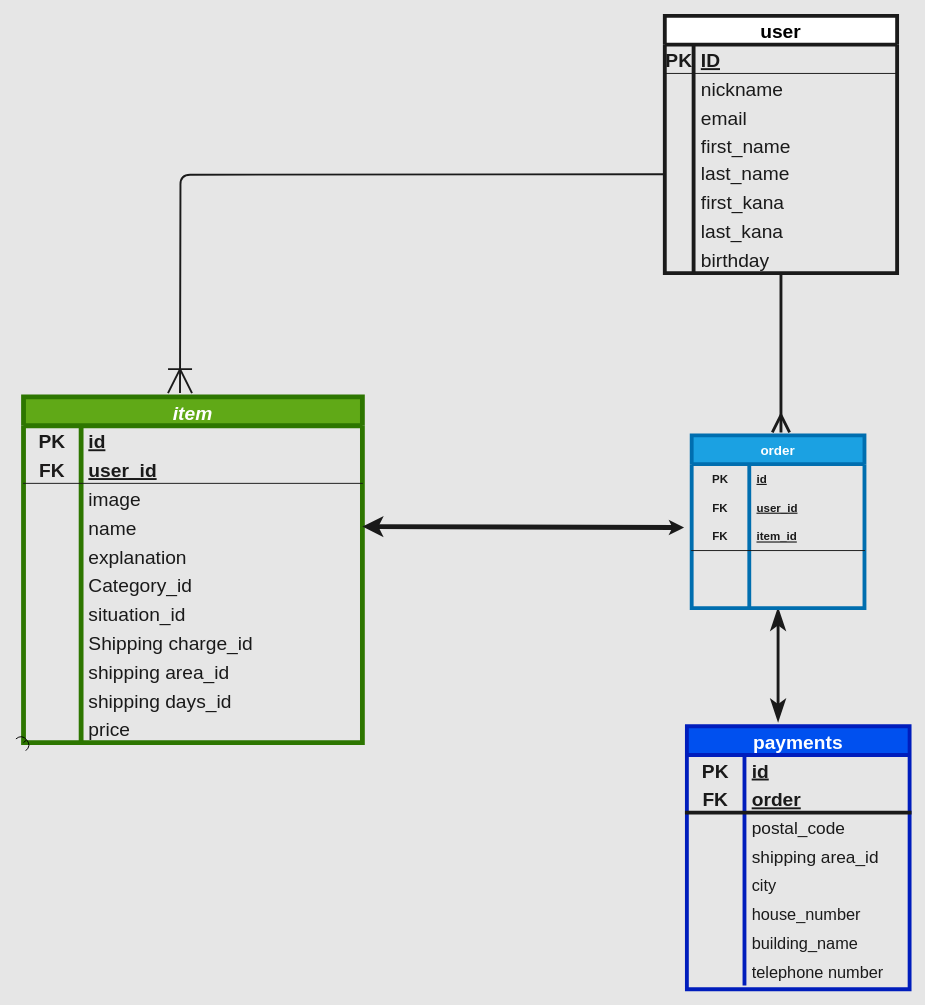
The draw.io diagram page "ページ1" (1 of 2) of furima.dio in mugiwararf/furima-38928, before the edit. Source tidied: cells renumbered, new cells numbered last; positions are measured from the earlier drawing's top-left corner, leaving out a move shared by most shapes. Both pictures are drawn from the tidied source at 96%, with x=0, y=0 at pixel (23, 15).
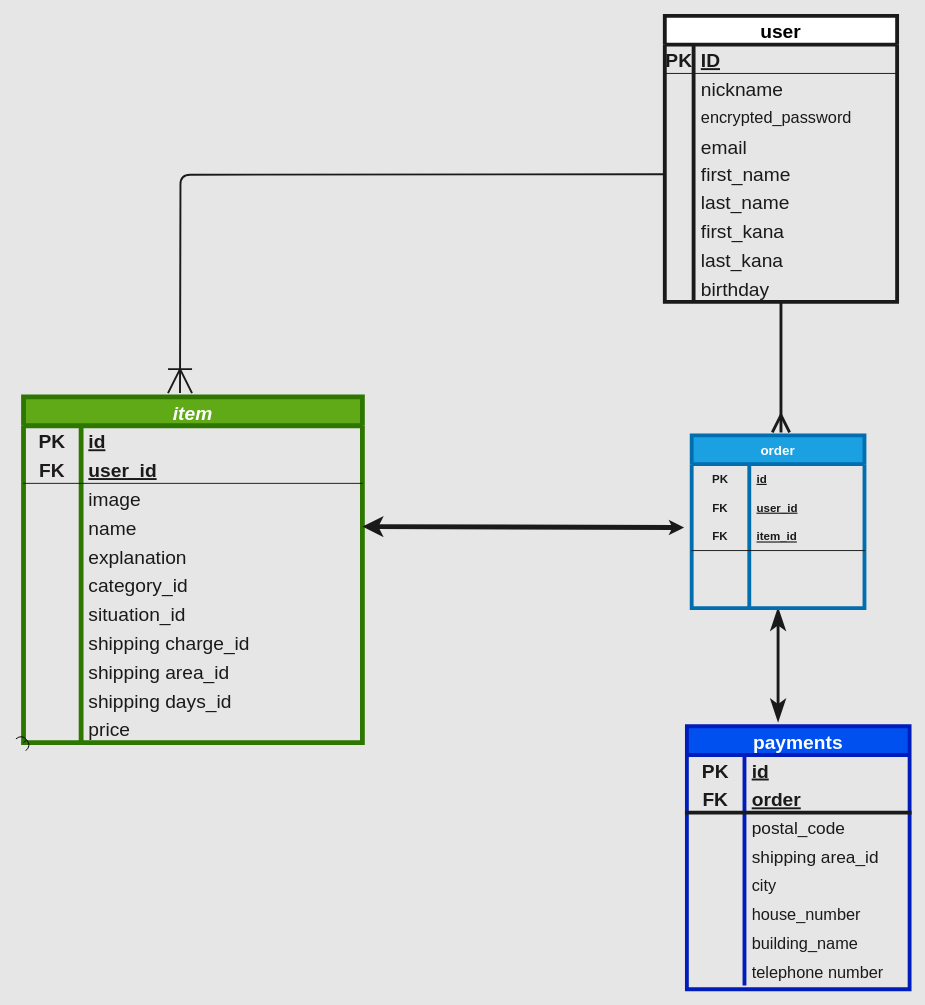
The same diagram, later.

Unchanged cells that the change refers to:
```xml
<mxCell id="44" style="shape=tableRow;horizontal=0;startSize=0;swimlaneHead=0;swimlaneBody=0;fillColor=none;top=0;left=0;right=0;bottom=0;fontSize=20;" parent="28" vertex="1">
  <mxGeometry y="180" width="353" height="30" as="geometry" />
</mxCell>
<mxCell id="50" style="shape=tableRow;horizontal=0;startSize=0;swimlaneHead=0;swimlaneBody=0;fillColor=none;top=0;left=0;right=0;bottom=0;fontSize=20;" parent="28" vertex="1">
  <mxGeometry y="240" width="353" height="30" as="geometry" />
</mxCell>
```

Change to the diagram source:
```diff
@@
     <mxCell id="3" value="user" style="shape=table;startSize=30;childLayout=tableLayout;rowLines=0;fontStyle=1;align=center;fontSize=20;strokeColor=#1A1A1A;strokeWidth=4;" parent="1" vertex="1">
-      <mxGeometry x="668" width="242" height="268" as="geometry" />
+      <mxGeometry x="668" width="242" height="298" as="geometry" />
     </mxCell>
@@
+    <mxCell id="107" style="shape=tableRow;horizontal=0;startSize=0;swimlaneHead=0;swimlaneBody=0;fillColor=none;top=0;left=0;right=0;bottom=0;" parent="3" vertex="1">
+      <mxGeometry y="90" width="242" height="30" as="geometry" />
+    </mxCell>
+    <mxCell id="108" style="shape=partialRectangle;fillColor=none;top=0;left=0;bottom=0;right=0;overflow=hidden;" parent="107" vertex="1">
+      <mxGeometry width="30" height="30" as="geometry" />
+    </mxCell>
+    <mxCell id="109" value="encrypted_password" style="shape=partialRectangle;fillColor=none;top=0;left=0;bottom=0;right=0;align=left;spacingLeft=6;overflow=hidden;fontColor=#1A1A1A;fontSize=17;" parent="107" vertex="1">
+      <mxGeometry x="30" width="212" height="30" as="geometry" />
+    </mxCell>
     <mxCell id="10" style="shape=tableRow;horizontal=0;startSize=0;swimlaneHead=0;swimlaneBody=0;fillColor=none;top=0;left=0;right=0;bottom=0;fontSize=20;" parent="3" vertex="1">
-      <mxGeometry y="90" width="242" height="30" as="geometry" />
+      <mxGeometry y="120" width="242" height="30" as="geometry" />
     </mxCell>
@@
     <mxCell id="13" style="shape=tableRow;horizontal=0;startSize=0;swimlaneHead=0;swimlaneBody=0;fillColor=none;top=0;left=0;right=0;bottom=0;fontSize=20;" parent="3" vertex="1">
-      <mxGeometry y="120" width="242" height="28" as="geometry" />
+      <mxGeometry y="150" width="242" height="28" as="geometry" />
     </mxCell>
@@
     <mxCell id="16" style="shape=tableRow;horizontal=0;startSize=0;swimlaneHead=0;swimlaneBody=0;fillColor=none;top=0;left=0;right=0;bottom=0;fontSize=20;" parent="3" vertex="1">
-      <mxGeometry y="148" width="242" height="30" as="geometry" />
+      <mxGeometry y="178" width="242" height="30" as="geometry" />
     </mxCell>
@@
     <mxCell id="19" style="shape=tableRow;horizontal=0;startSize=0;swimlaneHead=0;swimlaneBody=0;fillColor=none;top=0;left=0;right=0;bottom=0;fontSize=20;" parent="3" vertex="1">
-      <mxGeometry y="178" width="242" height="30" as="geometry" />
+      <mxGeometry y="208" width="242" height="30" as="geometry" />
     </mxCell>
@@
     <mxCell id="22" style="shape=tableRow;horizontal=0;startSize=0;swimlaneHead=0;swimlaneBody=0;fillColor=none;top=0;left=0;right=0;bottom=0;fontSize=20;" parent="3" vertex="1">
-      <mxGeometry y="208" width="242" height="30" as="geometry" />
+      <mxGeometry y="238" width="242" height="30" as="geometry" />
     </mxCell>
@@
     <mxCell id="25" style="shape=tableRow;horizontal=0;startSize=0;swimlaneHead=0;swimlaneBody=0;fillColor=none;top=0;left=0;right=0;bottom=0;fontSize=20;" parent="3" vertex="1">
-      <mxGeometry y="238" width="242" height="30" as="geometry" />
+      <mxGeometry y="268" width="242" height="30" as="geometry" />
     </mxCell>
@@
-    <mxCell id="46" value="Category_id" style="shape=partialRectangle;fillColor=none;top=0;left=0;bottom=0;right=0;align=left;spacingLeft=6;overflow=hidden;fontSize=20;fontColor=#1A1A1A;" parent="44" vertex="1">
+    <mxCell id="46" value="category_id" style="shape=partialRectangle;fillColor=none;top=0;left=0;bottom=0;right=0;align=left;spacingLeft=6;overflow=hidden;fontSize=20;fontColor=#1A1A1A;" parent="44" vertex="1">
       <mxGeometry x="60" width="293" height="30" as="geometry" />
     </mxCell>
@@
-    <mxCell id="52" value="Shipping charge_id" style="shape=partialRectangle;fillColor=none;top=0;left=0;bottom=0;right=0;align=left;spacingLeft=6;overflow=hidden;fontSize=20;fontColor=#1A1A1A;" parent="50" vertex="1">
+    <mxCell id="52" value="shipping charge_id" style="shape=partialRectangle;fillColor=none;top=0;left=0;bottom=0;right=0;align=left;spacingLeft=6;overflow=hidden;fontSize=20;fontColor=#1A1A1A;" parent="50" vertex="1">
       <mxGeometry x="60" width="293" height="30" as="geometry" />
     </mxCell>
```
